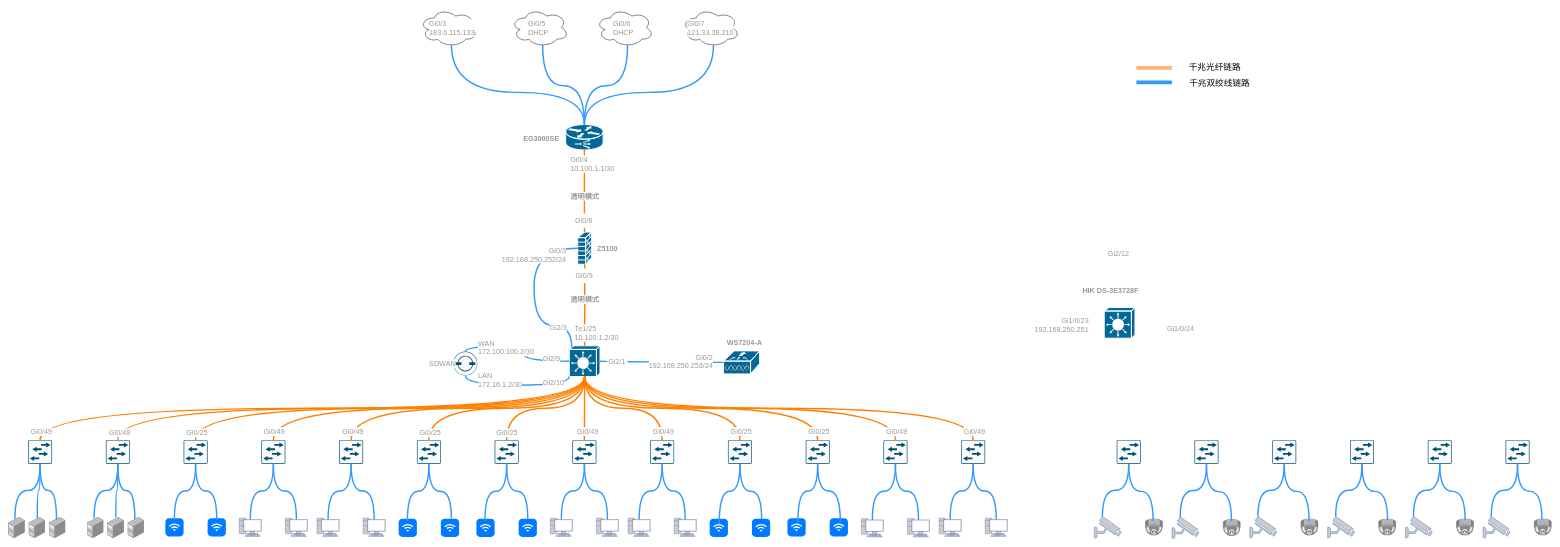
This is 凯乐石网络拓扑.drawio from iskerwin/draw, a draw.io file, before an edit. Source tidied: cells renumbered, new cells numbered last; positions are measured from the earlier drawing's top-left corner, leaving out a move shared by most shapes. Both pictures are drawn from the tidied source at 48%, with x=0, y=0 at pixel (8, 8).
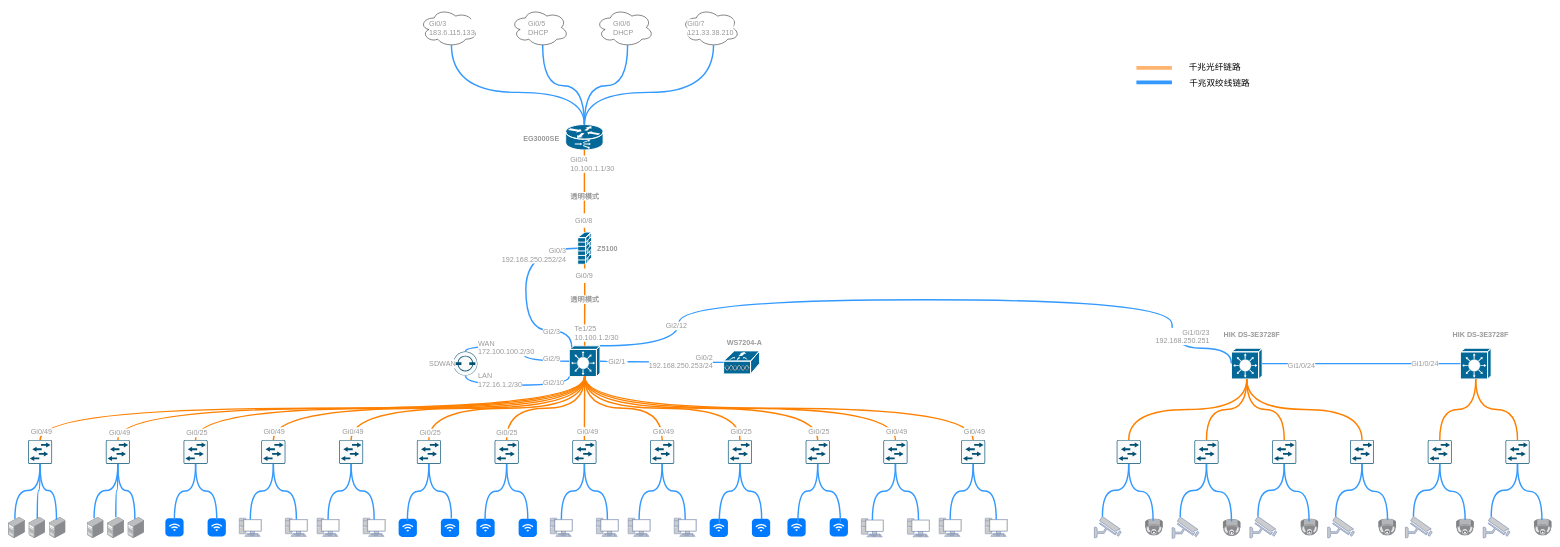
The same diagram, later.

Commit message (it also covers changes not shown here):
更新凯乐石网络拓扑.drawio

The change refers to these unchanged cells:
```xml
<mxCell id="9" style="shape=mxgraph.cisco.security.firewall;html=1;dashed=0;fillColor=#036897;strokeColor=#ffffff;strokeWidth=2;verticalLabelPosition=bottom;verticalAlign=top;align=center;outlineConnect=0;fontFamily=Helvetica;fontSize=11;fontColor=#FF8000;labelBackgroundColor=default;" parent="1" vertex="1">
  <mxGeometry x="1186" y="466" width="29" height="67" as="geometry" />
</mxCell>
<mxCell id="10" style="shape=mxgraph.cisco.switches.layer_3_switch;html=1;dashed=0;fillColor=#036897;strokeColor=#ffffff;strokeWidth=2;verticalLabelPosition=bottom;verticalAlign=top;align=center;outlineConnect=0;fontFamily=Helvetica;fontSize=11;fontColor=#FF8000;labelBackgroundColor=default;" parent="1" vertex="1">
  <mxGeometry x="1168.5" y="703" width="64" height="64" as="geometry" />
</mxCell>
<mxCell id="85" style="points=[[0.015,0.015,0],[0.985,0.015,0],[0.985,0.985,0],[0.015,0.985,0],[0.25,0,0],[0.5,0,0],[0.75,0,0],[1,0.25,0],[1,0.5,0],[1,0.75,0],[0.75,1,0],[0.5,1,0],[0.25,1,0],[0,0.75,0],[0,0.5,0],[0,0.25,0]];verticalLabelPosition=bottom;html=1;verticalAlign=top;align=center;shape=mxgraph.cisco19.rect;prIcon=l2_switch;fillColor=#FAFAFA;strokeColor=#005073;fontFamily=Helvetica;fontSize=11;fontColor=default;labelBackgroundColor=default;" parent="1" vertex="1">
  <mxGeometry x="2309" y="899" width="50" height="50" as="geometry" />
</mxCell>
<mxCell id="128" style="points=[[0.015,0.015,0],[0.985,0.015,0],[0.985,0.985,0],[0.015,0.985,0],[0.25,0,0],[0.5,0,0],[0.75,0,0],[1,0.25,0],[1,0.5,0],[1,0.75,0],[0.75,1,0],[0.5,1,0],[0.25,1,0],[0,0.75,0],[0,0.5,0],[0,0.25,0]];verticalLabelPosition=bottom;html=1;verticalAlign=top;align=center;shape=mxgraph.cisco19.rect;prIcon=l2_switch;fillColor=#FAFAFA;strokeColor=#005073;fontFamily=Helvetica;fontSize=11;fontColor=default;labelBackgroundColor=default;" parent="1" vertex="1">
  <mxGeometry x="2471" y="899" width="50" height="50" as="geometry" />
</mxCell>
<mxCell id="129" style="points=[[0.015,0.015,0],[0.985,0.015,0],[0.985,0.985,0],[0.015,0.985,0],[0.25,0,0],[0.5,0,0],[0.75,0,0],[1,0.25,0],[1,0.5,0],[1,0.75,0],[0.75,1,0],[0.5,1,0],[0.25,1,0],[0,0.75,0],[0,0.5,0],[0,0.25,0]];verticalLabelPosition=bottom;html=1;verticalAlign=top;align=center;shape=mxgraph.cisco19.rect;prIcon=l2_switch;fillColor=#FAFAFA;strokeColor=#005073;fontFamily=Helvetica;fontSize=11;fontColor=default;labelBackgroundColor=default;" parent="1" vertex="1">
  <mxGeometry x="2633" y="899" width="50" height="50" as="geometry" />
</mxCell>
<mxCell id="130" style="points=[[0.015,0.015,0],[0.985,0.015,0],[0.985,0.985,0],[0.015,0.985,0],[0.25,0,0],[0.5,0,0],[0.75,0,0],[1,0.25,0],[1,0.5,0],[1,0.75,0],[0.75,1,0],[0.5,1,0],[0.25,1,0],[0,0.75,0],[0,0.5,0],[0,0.25,0]];verticalLabelPosition=bottom;html=1;verticalAlign=top;align=center;shape=mxgraph.cisco19.rect;prIcon=l2_switch;fillColor=#FAFAFA;strokeColor=#005073;fontFamily=Helvetica;fontSize=11;fontColor=default;labelBackgroundColor=default;" parent="1" vertex="1">
  <mxGeometry x="2795" y="899" width="50" height="50" as="geometry" />
</mxCell>
<mxCell id="131" style="points=[[0.015,0.015,0],[0.985,0.015,0],[0.985,0.985,0],[0.015,0.985,0],[0.25,0,0],[0.5,0,0],[0.75,0,0],[1,0.25,0],[1,0.5,0],[1,0.75,0],[0.75,1,0],[0.5,1,0],[0.25,1,0],[0,0.75,0],[0,0.5,0],[0,0.25,0]];verticalLabelPosition=bottom;html=1;verticalAlign=top;align=center;shape=mxgraph.cisco19.rect;prIcon=l2_switch;fillColor=#FAFAFA;strokeColor=#005073;fontFamily=Helvetica;fontSize=11;fontColor=default;labelBackgroundColor=default;" parent="1" vertex="1">
  <mxGeometry x="2957" y="899" width="50" height="50" as="geometry" />
</mxCell>
<mxCell id="142" style="points=[[0.015,0.015,0],[0.985,0.015,0],[0.985,0.985,0],[0.015,0.985,0],[0.25,0,0],[0.5,0,0],[0.75,0,0],[1,0.25,0],[1,0.5,0],[1,0.75,0],[0.75,1,0],[0.5,1,0],[0.25,1,0],[0,0.75,0],[0,0.5,0],[0,0.25,0]];verticalLabelPosition=bottom;html=1;verticalAlign=top;align=center;shape=mxgraph.cisco19.rect;prIcon=l2_switch;fillColor=#FAFAFA;strokeColor=#005073;fontFamily=Helvetica;fontSize=11;fontColor=default;labelBackgroundColor=default;" parent="1" vertex="1">
  <mxGeometry x="3119" y="899" width="50" height="50" as="geometry" />
</mxCell>
```

Change to the diagram source:
```diff
@@
     <mxCell id="13" style="shape=mxgraph.cisco.switches.layer_3_switch;html=1;dashed=0;fillColor=#036897;strokeColor=#ffffff;strokeWidth=2;verticalLabelPosition=bottom;verticalAlign=top;align=center;outlineConnect=0;fontFamily=Helvetica;fontSize=11;fontColor=#FF8000;labelBackgroundColor=default;" parent="1" vertex="1">
-      <mxGeometry x="2283" y="623" width="64" height="64" as="geometry" />
+      <mxGeometry x="2548" y="708" width="64" height="64" as="geometry" />
     </mxCell>
@@
-    <mxCell id="15" value="Gi2/12" style="text;html=1;align=left;verticalAlign=middle;whiteSpace=wrap;rounded=0;fontFamily=Helvetica;fontSize=15;fontColor=#999999;labelBackgroundColor=default;" parent="1" vertex="1">
-      <mxGeometry x="2289" y="495" width="52" height="30" as="geometry" />
-    </mxCell>
     <mxCell id="16" value="HIK&amp;nbsp;DS-3E3728F" style="text;html=1;align=left;verticalAlign=middle;whiteSpace=wrap;rounded=0;fontFamily=Helvetica;fontSize=15;fontColor=#999999;labelBackgroundColor=default;fontStyle=1;" parent="1" vertex="1">
-      <mxGeometry x="2236" y="572" width="129" height="30" as="geometry" />
+      <mxGeometry x="2530.4" y="664" width="119" height="30" as="geometry" />
     </mxCell>
-    <mxCell id="17" value="Gi1/0/23&lt;div&gt;192.168.250.251&lt;/div&gt;" style="text;html=1;align=right;verticalAlign=middle;whiteSpace=wrap;rounded=0;fontFamily=Helvetica;fontSize=15;fontColor=#999999;labelBackgroundColor=default;" parent="1" vertex="1">
-      <mxGeometry x="2134" y="644" width="119" height="30" as="geometry" />
-    </mxCell>
-    <mxCell id="18" value="Gi1/0/24" style="text;html=1;align=left;verticalAlign=middle;whiteSpace=wrap;rounded=0;fontFamily=Helvetica;fontSize=15;fontColor=#999999;labelBackgroundColor=default;" parent="1" vertex="1">
-      <mxGeometry x="2412" y="650.5" width="62" height="30" as="geometry" />
-    </mxCell>
@@
     <mxCell id="40" style="edgeStyle=orthogonalEdgeStyle;shape=connector;curved=1;rounded=1;jettySize=auto;html=1;exitX=0;exitY=0.5;exitDx=0;exitDy=0;exitPerimeter=0;entryX=0.08;entryY=0.05;entryDx=0;entryDy=0;entryPerimeter=0;strokeColor=#3399FF;strokeWidth=3;align=center;verticalAlign=middle;fontFamily=Helvetica;fontSize=11;fontColor=#FF8000;labelBackgroundColor=default;endArrow=none;endFill=0;" parent="1" edge="1" source="9" target="10">
       <mxGeometry relative="1" as="geometry">
         <Array as="points">
-          <mxPoint x="1095" y="499" />
-          <mxPoint x="1095" y="660" />
-          <mxPoint x="1174" y="660" />
+          <mxPoint x="1078" y="500" />
+          <mxPoint x="1078" y="671" />
+          <mxPoint x="1174" y="671" />
         </Array>
       </mxGeometry>
     </mxCell>
@@
     <mxCell id="47" value="Gi2/3" style="text;html=1;align=left;verticalAlign=middle;whiteSpace=wrap;rounded=0;fontFamily=Helvetica;fontSize=15;fontColor=#999999;labelBackgroundColor=default;" parent="1" vertex="1">
-      <mxGeometry x="1125.6" y="649" width="41.4" height="30" as="geometry" />
+      <mxGeometry x="1112.1" y="658" width="41.4" height="30" as="geometry" />
     </mxCell>
@@
+    <mxCell id="183" style="edgeStyle=orthogonalEdgeStyle;shape=connector;curved=1;rounded=1;jettySize=auto;html=1;exitX=0.5;exitY=0;exitDx=0;exitDy=0;exitPerimeter=0;entryX=0.5;entryY=1;entryDx=0;entryDy=0;entryPerimeter=0;strokeColor=#FF8000;strokeWidth=3;align=center;verticalAlign=middle;fontFamily=Helvetica;fontSize=11;fontColor=#FF8000;labelBackgroundColor=default;endArrow=none;endFill=0;" parent="1" edge="1" source="85" target="13">
+      <mxGeometry relative="1" as="geometry" />
+    </mxCell>
+    <mxCell id="184" style="edgeStyle=orthogonalEdgeStyle;shape=connector;curved=1;rounded=1;jettySize=auto;html=1;exitX=0.5;exitY=0;exitDx=0;exitDy=0;exitPerimeter=0;entryX=0.5;entryY=1;entryDx=0;entryDy=0;entryPerimeter=0;strokeColor=#FF8000;strokeWidth=3;align=center;verticalAlign=middle;fontFamily=Helvetica;fontSize=11;fontColor=#FF8000;labelBackgroundColor=default;endArrow=none;endFill=0;" parent="1" edge="1" source="128" target="13">
+      <mxGeometry relative="1" as="geometry" />
+    </mxCell>
+    <mxCell id="185" style="edgeStyle=orthogonalEdgeStyle;shape=connector;curved=1;rounded=1;jettySize=auto;html=1;exitX=0.5;exitY=0;exitDx=0;exitDy=0;exitPerimeter=0;entryX=0.5;entryY=1;entryDx=0;entryDy=0;entryPerimeter=0;strokeColor=#FF8000;strokeWidth=3;align=center;verticalAlign=middle;fontFamily=Helvetica;fontSize=11;fontColor=#FF8000;labelBackgroundColor=default;endArrow=none;endFill=0;" parent="1" edge="1" source="129" target="13">
+      <mxGeometry relative="1" as="geometry" />
+    </mxCell>
+    <mxCell id="186" style="edgeStyle=orthogonalEdgeStyle;shape=connector;curved=1;rounded=1;jettySize=auto;html=1;exitX=0.5;exitY=1;exitDx=0;exitDy=0;exitPerimeter=0;entryX=0.5;entryY=0;entryDx=0;entryDy=0;entryPerimeter=0;strokeColor=#FF8000;strokeWidth=3;align=center;verticalAlign=middle;fontFamily=Helvetica;fontSize=11;fontColor=#FF8000;labelBackgroundColor=default;endArrow=none;endFill=0;" parent="1" edge="1" source="13" target="130">
+      <mxGeometry relative="1" as="geometry" />
+    </mxCell>
+    <mxCell id="187" style="edgeStyle=orthogonalEdgeStyle;shape=connector;rounded=1;jettySize=auto;html=1;exitX=1;exitY=0;exitDx=0;exitDy=0;exitPerimeter=0;entryX=0;entryY=0.5;entryDx=0;entryDy=0;entryPerimeter=0;strokeColor=#3399FF;strokeWidth=3;align=center;verticalAlign=middle;fontFamily=Helvetica;fontSize=11;fontColor=#FF8000;labelBackgroundColor=default;endArrow=none;endFill=0;curved=1;" parent="1" edge="1" source="10" target="13">
+      <mxGeometry relative="1" as="geometry">
+        <Array as="points">
+          <mxPoint x="1397" y="703" />
+          <mxPoint x="1397" y="607" />
+          <mxPoint x="2424" y="607" />
+          <mxPoint x="2424" y="708" />
+          <mxPoint x="2548" y="708" />
+        </Array>
+      </mxGeometry>
+    </mxCell>
+    <mxCell id="15" value="Gi2/12" style="text;html=1;align=left;verticalAlign=middle;whiteSpace=wrap;rounded=0;fontFamily=Helvetica;fontSize=15;fontColor=#999999;labelBackgroundColor=default;" parent="1" vertex="1">
+      <mxGeometry x="1368" y="646" width="52" height="30" as="geometry" />
+    </mxCell>
+    <mxCell id="17" value="Gi1/0/23&lt;div&gt;192.168.250.251&lt;/div&gt;" style="text;html=1;align=right;verticalAlign=middle;whiteSpace=wrap;rounded=0;fontFamily=Helvetica;fontSize=15;fontColor=#999999;labelBackgroundColor=default;" parent="1" vertex="1">
+      <mxGeometry x="2386" y="668" width="119" height="30" as="geometry" />
+    </mxCell>
+    <mxCell id="188" style="shape=mxgraph.cisco.switches.layer_3_switch;html=1;dashed=0;fillColor=#036897;strokeColor=#ffffff;strokeWidth=2;verticalLabelPosition=bottom;verticalAlign=top;align=center;outlineConnect=0;fontFamily=Helvetica;fontSize=11;fontColor=#FF8000;labelBackgroundColor=default;" parent="1" vertex="1">
+      <mxGeometry x="3025" y="708" width="64" height="64" as="geometry" />
+    </mxCell>
+    <mxCell id="189" style="edgeStyle=orthogonalEdgeStyle;shape=connector;curved=1;rounded=1;jettySize=auto;html=1;exitX=1;exitY=0.5;exitDx=0;exitDy=0;exitPerimeter=0;entryX=0;entryY=0.5;entryDx=0;entryDy=0;entryPerimeter=0;strokeColor=#3399FF;strokeWidth=3;align=center;verticalAlign=middle;fontFamily=Helvetica;fontSize=11;fontColor=#FF8000;labelBackgroundColor=default;endArrow=none;endFill=0;" parent="1" edge="1" source="13" target="188">
+      <mxGeometry relative="1" as="geometry" />
+    </mxCell>
+    <mxCell id="18" value="Gi1/0/24" style="text;html=1;align=left;verticalAlign=middle;whiteSpace=wrap;rounded=0;fontFamily=Helvetica;fontSize=15;fontColor=#999999;labelBackgroundColor=default;" parent="1" vertex="1">
+      <mxGeometry x="2664" y="727.5" width="62" height="30" as="geometry" />
+    </mxCell>
+    <mxCell id="190" value="Gi1/0/24" style="text;html=1;align=left;verticalAlign=middle;whiteSpace=wrap;rounded=0;fontFamily=Helvetica;fontSize=15;fontColor=#999999;labelBackgroundColor=default;" parent="1" vertex="1">
+      <mxGeometry x="2921" y="725" width="62" height="30" as="geometry" />
+    </mxCell>
+    <mxCell id="191" value="HIK&amp;nbsp;DS-3E3728F" style="text;html=1;align=left;verticalAlign=middle;whiteSpace=wrap;rounded=0;fontFamily=Helvetica;fontSize=15;fontColor=#999999;labelBackgroundColor=default;fontStyle=1;" parent="1" vertex="1">
+      <mxGeometry x="3007" y="664" width="119" height="30" as="geometry" />
+    </mxCell>
+    <mxCell id="192" style="edgeStyle=orthogonalEdgeStyle;shape=connector;curved=1;rounded=1;jettySize=auto;html=1;exitX=0.5;exitY=0;exitDx=0;exitDy=0;exitPerimeter=0;entryX=0.5;entryY=1;entryDx=0;entryDy=0;entryPerimeter=0;strokeColor=#FF8000;strokeWidth=3;align=center;verticalAlign=middle;fontFamily=Helvetica;fontSize=11;fontColor=#FF8000;labelBackgroundColor=default;endArrow=none;endFill=0;" parent="1" edge="1" source="131" target="188">
+      <mxGeometry relative="1" as="geometry" />
+    </mxCell>
+    <mxCell id="193" style="edgeStyle=orthogonalEdgeStyle;shape=connector;curved=1;rounded=1;jettySize=auto;html=1;exitX=0.5;exitY=0;exitDx=0;exitDy=0;exitPerimeter=0;entryX=0.5;entryY=1;entryDx=0;entryDy=0;entryPerimeter=0;strokeColor=#FF8000;strokeWidth=3;align=center;verticalAlign=middle;fontFamily=Helvetica;fontSize=11;fontColor=#FF8000;labelBackgroundColor=default;endArrow=none;endFill=0;" parent="1" edge="1" source="142" target="188">
+      <mxGeometry relative="1" as="geometry" />
+    </mxCell>
```
